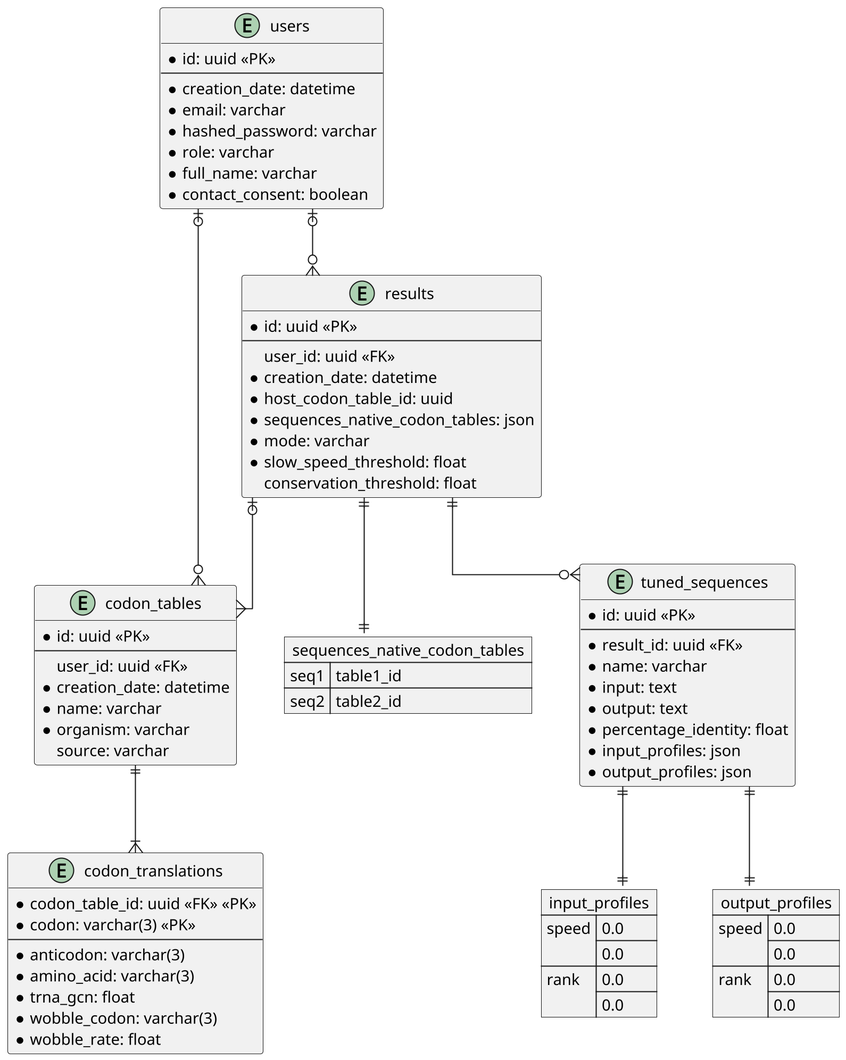
This is documentation/db_schema.png from tbonnabaud/expressinhost_web, a PlantUML export, as it was before one commit.
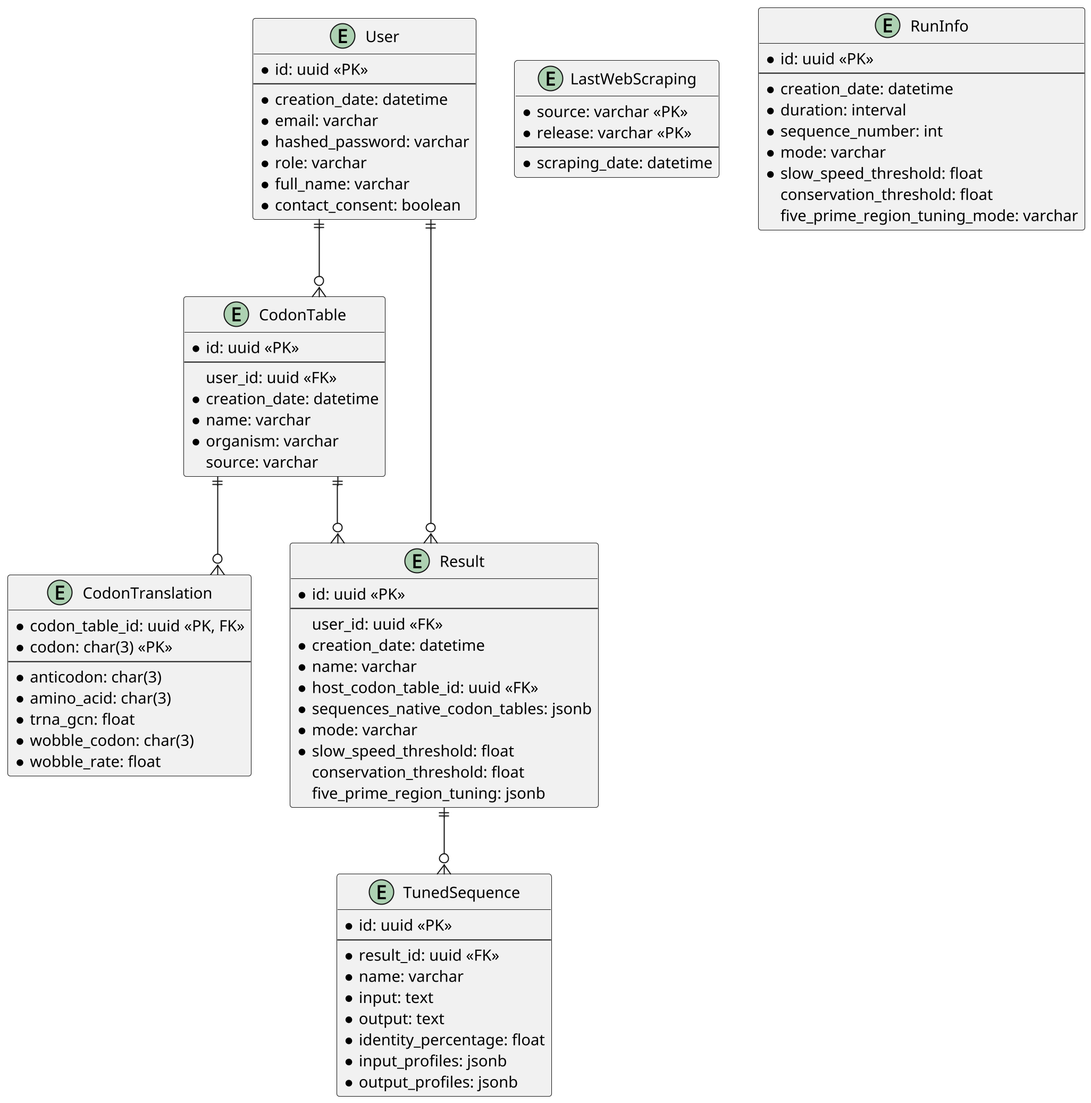
After the change.

Diff of the diagram source:
```diff
@@ -3,7 +3,7 @@
 skinparam dpi 200
 
 
-entity users {
+entity User {
     * id: uuid <<PK>>
     --
     * creation_date: datetime
@@ -14,7 +14,14 @@
     * contact_consent: boolean
 }
 
-entity codon_tables {
+entity LastWebScraping {
+    * source: varchar <<PK>>
+    * release: varchar <<PK>>
+    --
+    * scraping_date: datetime
+}
+
+entity CodonTable {
     * id: uuid <<PK>>
     --
     user_id: uuid <<FK>>
@@ -24,62 +31,59 @@
     source: varchar
 }
 
-entity codon_translations {
-    * codon_table_id: uuid <<FK>> <<PK>>
-    * codon: varchar(3) <<PK>>
+entity CodonTranslation {
+    * codon_table_id: uuid <<PK, FK>>
+    * codon: char(3) <<PK>>
     --
-    * anticodon: varchar(3)
-    * amino_acid: varchar(3)
+    * anticodon: char(3)
+    * amino_acid: char(3)
     * trna_gcn: float
-    * wobble_codon: varchar(3)
+    * wobble_codon: char(3)
     * wobble_rate: float
 }
 
-entity results {
+entity Result {
     * id: uuid <<PK>>
     --
     user_id: uuid <<FK>>
     * creation_date: datetime
-    * host_codon_table_id: uuid
-    * sequences_native_codon_tables: json
+    * name: varchar
+    * host_codon_table_id: uuid <<FK>>
+    * sequences_native_codon_tables: jsonb
     * mode: varchar
     * slow_speed_threshold: float
     conservation_threshold: float
+    five_prime_region_tuning: jsonb
 }
 
-json sequences_native_codon_tables {
-    "seq1": "table1_id",
-    "seq2": "table2_id"
-}
-
-entity tuned_sequences {
+entity TunedSequence {
     * id: uuid <<PK>>
     --
     * result_id: uuid <<FK>>
     * name: varchar
     * input: text
     * output: text
-    * percentage_identity: float
-    * input_profiles: json
-    * output_profiles: json
+    * identity_percentage: float
+    * input_profiles: jsonb
+    * output_profiles: jsonb
 }
 
-json input_profiles {
-    "speed": [0.0, 0.0],
-    "rank": [0.0, 0.0]
+entity RunInfo {
+    * id: uuid <<PK>>
+    --
+    * creation_date: datetime
+    * duration: interval
+    * sequence_number: int
+    * mode: varchar
+    * slow_speed_threshold: float
+    conservation_threshold: float
+    five_prime_region_tuning_mode: varchar
 }
 
-json output_profiles {
-    "speed": [0.0, 0.0],
-    "rank": [0.0, 0.0]
-}
+User ||--o{ CodonTable
+CodonTable ||--o{ CodonTranslation
+User ||--o{ Result
+CodonTable ||--o{ Result
+Result ||--o{ TunedSequence
 
-users |o--o{ results
-users |o--o{ codon_tables
-results ||--o{ tuned_sequences
-results |o--{ codon_tables
-results ||--|| sequences_native_codon_tables
-tuned_sequences ||--|| input_profiles
-tuned_sequences ||--|| output_profiles
-codon_tables ||--|{ codon_translations
 @enduml
```
